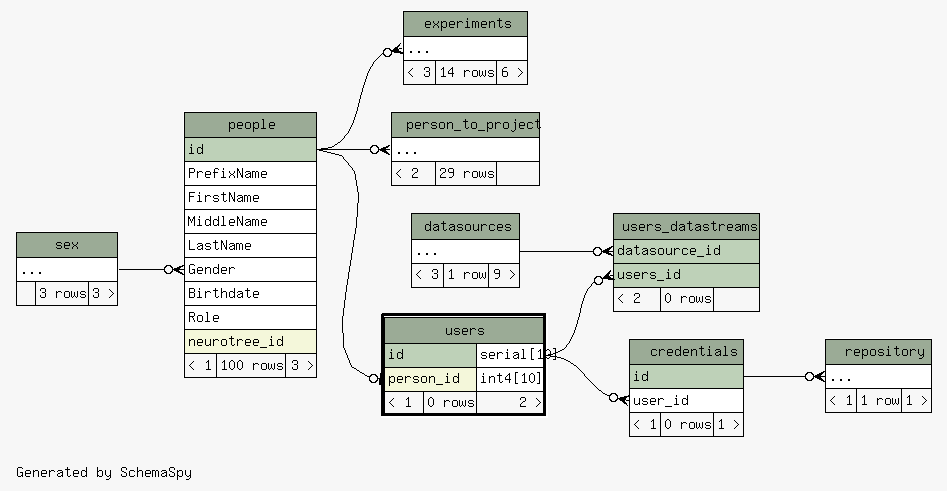
Before: database/ss/diagrams/users.2degrees.png, a diagram exported from Graphviz (tgbugs/mlab). Its source is kept beside it as database/ss/diagrams/users.2degrees.dot.
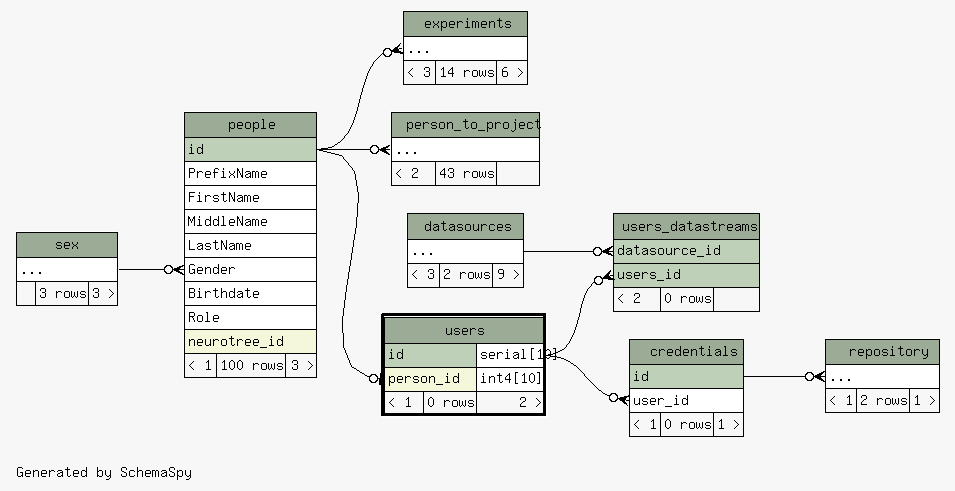
The same diagram one commit later.

The edit, as a diff of the source:
```diff
@@ -41,7 +41,7 @@
     <TABLE BORDER="0" CELLBORDER="1" CELLSPACING="0" BGCOLOR="#ffffff">
       <TR><TD COLSPAN="3" BGCOLOR="#9bab96" ALIGN="CENTER">datasources</TD></TR>
       <TR><TD PORT="elipses" COLSPAN="3" ALIGN="LEFT">...</TD></TR>
-      <TR><TD ALIGN="LEFT" BGCOLOR="#f7f7f7">&lt; 3</TD><TD ALIGN="RIGHT" BGCOLOR="#f7f7f7">1 row</TD><TD ALIGN="RIGHT" BGCOLOR="#f7f7f7">9 &gt;</TD></TR>
+      <TR><TD ALIGN="LEFT" BGCOLOR="#f7f7f7">&lt; 3</TD><TD ALIGN="RIGHT" BGCOLOR="#f7f7f7">2 rows</TD><TD ALIGN="RIGHT" BGCOLOR="#f7f7f7">9 &gt;</TD></TR>
     </TABLE>>
     URL="datasources.html"
     tooltip="datasources"
@@ -79,7 +79,7 @@
     <TABLE BORDER="0" CELLBORDER="1" CELLSPACING="0" BGCOLOR="#ffffff">
       <TR><TD COLSPAN="3" BGCOLOR="#9bab96" ALIGN="CENTER">person_to_project</TD></TR>
       <TR><TD PORT="elipses" COLSPAN="3" ALIGN="LEFT">...</TD></TR>
-      <TR><TD ALIGN="LEFT" BGCOLOR="#f7f7f7">&lt; 2</TD><TD ALIGN="RIGHT" BGCOLOR="#f7f7f7">29 rows</TD><TD ALIGN="RIGHT" BGCOLOR="#f7f7f7">  </TD></TR>
+      <TR><TD ALIGN="LEFT" BGCOLOR="#f7f7f7">&lt; 2</TD><TD ALIGN="RIGHT" BGCOLOR="#f7f7f7">43 rows</TD><TD ALIGN="RIGHT" BGCOLOR="#f7f7f7">  </TD></TR>
     </TABLE>>
     URL="person_to_project.html"
     tooltip="person_to_project"
@@ -89,7 +89,7 @@
     <TABLE BORDER="0" CELLBORDER="1" CELLSPACING="0" BGCOLOR="#ffffff">
       <TR><TD COLSPAN="3" BGCOLOR="#9bab96" ALIGN="CENTER">repository</TD></TR>
       <TR><TD PORT="elipses" COLSPAN="3" ALIGN="LEFT">...</TD></TR>
-      <TR><TD ALIGN="LEFT" BGCOLOR="#f7f7f7">&lt; 1</TD><TD ALIGN="RIGHT" BGCOLOR="#f7f7f7">1 row</TD><TD ALIGN="RIGHT" BGCOLOR="#f7f7f7">1 &gt;</TD></TR>
+      <TR><TD ALIGN="LEFT" BGCOLOR="#f7f7f7">&lt; 1</TD><TD ALIGN="RIGHT" BGCOLOR="#f7f7f7">2 rows</TD><TD ALIGN="RIGHT" BGCOLOR="#f7f7f7">1 &gt;</TD></TR>
     </TABLE>>
     URL="repository.html"
     tooltip="repository"
```
